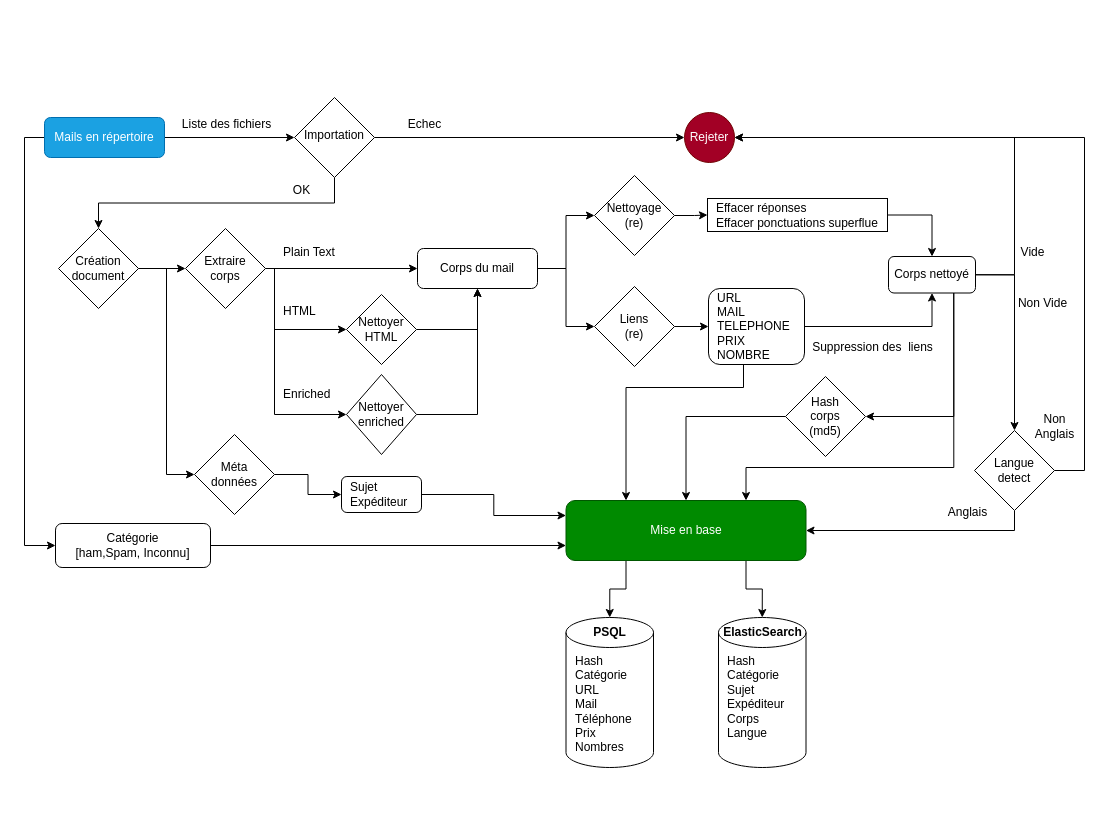
This is 03_Rapport/Schéma/Phase_1.drawio from peredur0/mercury, a draw.io file, before an edit. Source tidied: cells renumbered, new cells numbered last; positions are measured from the earlier drawing's top-left corner, leaving out a move shared by most shapes. Both pictures are drawn from the tidied source at 100%, with x=0, y=0 at pixel (44, 97).
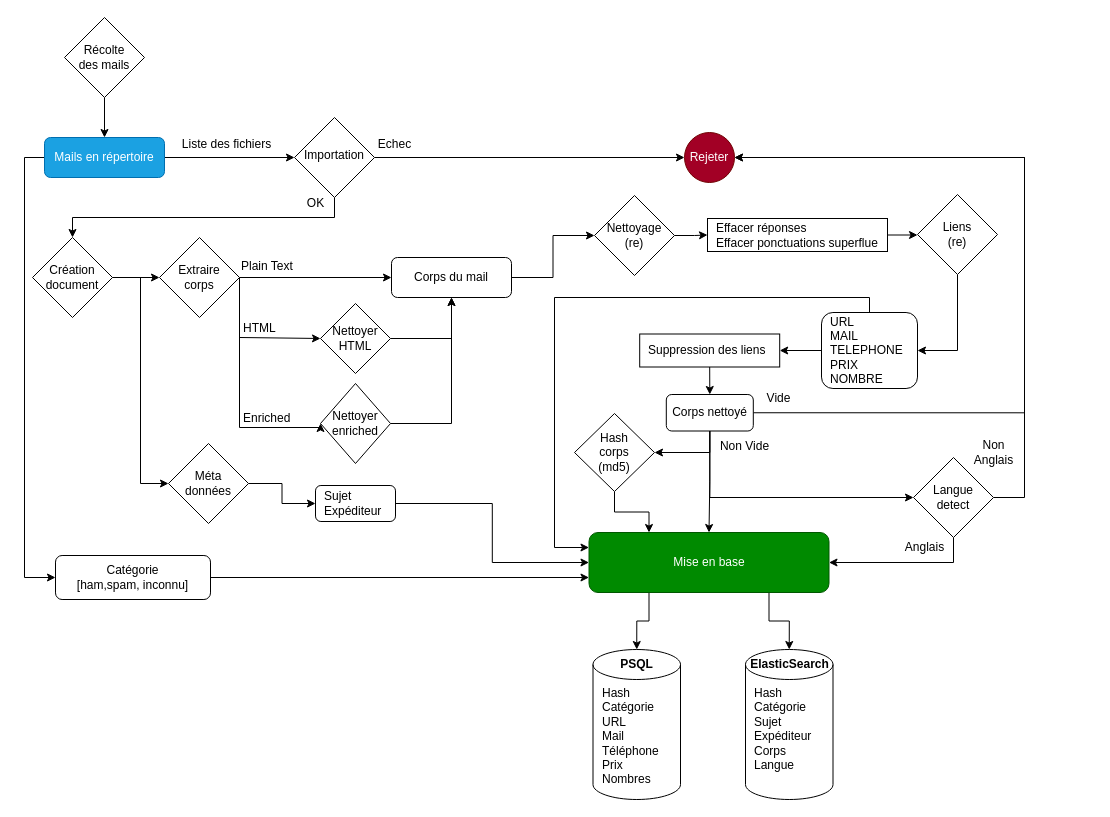
Above is the later version.

Commit message (it also covers changes not shown here):
travaille rapport phase 1

Change to the diagram source:
```diff
@@
     <mxCell id="2" value="Hash&lt;br&gt;Catégorie&lt;br&gt;Sujet&lt;br&gt;Expéditeur&lt;br&gt;Corps&lt;br&gt;Langue" style="shape=cylinder3;whiteSpace=wrap;html=1;boundedLbl=1;backgroundOutline=1;size=15;rounded=1;align=left;spacingLeft=7;verticalAlign=top;" parent="1" vertex="1">
-      <mxGeometry x="674" y="520" width="87.5" height="150" as="geometry" />
+      <mxGeometry x="701" y="552" width="87.5" height="150" as="geometry" />
     </mxCell>
@@
     <mxCell id="5" value="&lt;span style=&quot;font-weight: normal;&quot;&gt;Mails en répertoire&lt;/span&gt;" style="rounded=1;whiteSpace=wrap;html=1;fontSize=12;glass=0;strokeWidth=1;shadow=0;fontStyle=1;fillColor=#1ba1e2;fontColor=#ffffff;strokeColor=#006EAF;" parent="1" vertex="1">
-      <mxGeometry y="20" width="120" height="40" as="geometry" />
+      <mxGeometry y="40" width="120" height="40" as="geometry" />
     </mxCell>
     <mxCell id="6" value="Liste des fichiers" style="text;html=1;align=center;verticalAlign=middle;strokeColor=none;fillColor=none;" parent="1" vertex="1">
-      <mxGeometry x="127" y="12" width="110" height="30" as="geometry" />
+      <mxGeometry x="127" y="32" width="110" height="30" as="geometry" />
     </mxCell>
@@
     <mxCell id="9" value="Importation&lt;br&gt;" style="rhombus;whiteSpace=wrap;html=1;shadow=0;fontFamily=Helvetica;fontSize=12;align=center;strokeWidth=1;spacing=6;spacingTop=-4;" parent="1" vertex="1">
-      <mxGeometry x="250" width="80" height="80" as="geometry" />
+      <mxGeometry x="250" y="20" width="80" height="80" as="geometry" />
     </mxCell>
     <mxCell id="10" value="Echec" style="text;html=1;align=center;verticalAlign=middle;strokeColor=none;fillColor=none;" parent="1" vertex="1">
-      <mxGeometry x="350" y="12" width="60" height="30" as="geometry" />
+      <mxGeometry x="320" y="32" width="60" height="30" as="geometry" />
     </mxCell>
     <mxCell id="11" value="Rejeter" style="ellipse;whiteSpace=wrap;html=1;fillColor=#a20025;fontColor=#ffffff;strokeColor=#6F0000;" parent="1" vertex="1">
-      <mxGeometry x="640" y="15" width="50" height="50" as="geometry" />
+      <mxGeometry x="640" y="35" width="50" height="50" as="geometry" />
     </mxCell>
     <mxCell id="12" value="OK" style="text;html=1;align=center;verticalAlign=middle;strokeColor=none;fillColor=none;" parent="1" vertex="1">
-      <mxGeometry x="237" y="78" width="40" height="30" as="geometry" />
+      <mxGeometry x="251" y="91" width="40" height="30" as="geometry" />
     </mxCell>
@@
     <mxCell id="15" value="Création&lt;br&gt;document" style="rhombus;whiteSpace=wrap;html=1;" parent="1" vertex="1">
-      <mxGeometry x="14" y="131" width="80" height="80" as="geometry" />
+      <mxGeometry x="-12" y="140" width="80" height="80" as="geometry" />
     </mxCell>
@@
     <mxCell id="17" style="edgeStyle=orthogonalEdgeStyle;rounded=0;jettySize=auto;html=1;exitX=1;exitY=0.5;exitDx=0;exitDy=0;entryX=0;entryY=0.5;entryDx=0;entryDy=0;" parent="1" edge="1" source="19" target="25">
       <mxGeometry relative="1" as="geometry">
         <Array as="points">
-          <mxPoint x="230" y="171" />
-          <mxPoint x="230" y="232" />
+          <mxPoint x="195" y="240" />
         </Array>
       </mxGeometry>
     </mxCell>
     <mxCell id="18" style="edgeStyle=orthogonalEdgeStyle;rounded=0;jettySize=auto;html=1;exitX=1;exitY=0.5;exitDx=0;exitDy=0;entryX=0;entryY=0.5;entryDx=0;entryDy=0;" parent="1" edge="1" source="19" target="27">
       <mxGeometry relative="1" as="geometry">
         <Array as="points">
-          <mxPoint x="230" y="171" />
-          <mxPoint x="230" y="317" />
+          <mxPoint x="195" y="330" />
+          <mxPoint x="276" y="330" />
         </Array>
       </mxGeometry>
     </mxCell>
     <mxCell id="19" value="Extraire&lt;br&gt;corps" style="rhombus;whiteSpace=wrap;html=1;" parent="1" vertex="1">
-      <mxGeometry x="141" y="131" width="80" height="80" as="geometry" />
+      <mxGeometry x="115" y="140" width="80" height="80" as="geometry" />
     </mxCell>
@@
-    <mxCell id="21" style="edgeStyle=orthogonalEdgeStyle;rounded=0;jettySize=auto;html=1;exitX=1;exitY=0.5;exitDx=0;exitDy=0;entryX=0;entryY=0.5;entryDx=0;entryDy=0;" parent="1" edge="1" source="22" target="33">
-      <mxGeometry relative="1" as="geometry" />
-    </mxCell>
     <mxCell id="22" value="&lt;span style=&quot;font-weight: normal;&quot;&gt;Corps du mail&lt;/span&gt;" style="rounded=1;whiteSpace=wrap;html=1;fontSize=12;glass=0;strokeWidth=1;shadow=0;fontStyle=1;" parent="1" vertex="1">
-      <mxGeometry x="373" y="151" width="120" height="40" as="geometry" />
+      <mxGeometry x="347" y="160" width="120" height="40" as="geometry" />
     </mxCell>
     <mxCell id="23" value="Plain Text" style="text;html=1;align=left;verticalAlign=middle;strokeColor=none;fillColor=none;" parent="1" vertex="1">
-      <mxGeometry x="237" y="140" width="80" height="30" as="geometry" />
+      <mxGeometry x="195" y="154" width="80" height="30" as="geometry" />
     </mxCell>
@@
     <mxCell id="25" value="Nettoyer&lt;br&gt;HTML" style="rhombus;whiteSpace=wrap;html=1;" parent="1" vertex="1">
-      <mxGeometry x="302" y="197" width="70" height="70" as="geometry" />
+      <mxGeometry x="276" y="206" width="70" height="70" as="geometry" />
     </mxCell>
@@
     <mxCell id="27" value="Nettoyer&lt;br&gt;enriched" style="rhombus;whiteSpace=wrap;html=1;" parent="1" vertex="1">
-      <mxGeometry x="302" y="277" width="70" height="80" as="geometry" />
+      <mxGeometry x="276" y="286" width="70" height="80" as="geometry" />
     </mxCell>
     <mxCell id="28" value="HTML" style="text;html=1;align=left;verticalAlign=middle;strokeColor=none;fillColor=none;" parent="1" vertex="1">
-      <mxGeometry x="237" y="199" width="60" height="30" as="geometry" />
+      <mxGeometry x="197" y="216" width="60" height="30" as="geometry" />
     </mxCell>
     <mxCell id="29" value="Enriched" style="text;html=1;align=left;verticalAlign=middle;strokeColor=none;fillColor=none;" parent="1" vertex="1">
-      <mxGeometry x="237" y="282" width="70" height="30" as="geometry" />
+      <mxGeometry x="197" y="306" width="70" height="30" as="geometry" />
     </mxCell>
@@
     <mxCell id="31" value="Nettoyage&lt;br&gt;(re)" style="rhombus;whiteSpace=wrap;html=1;" parent="1" vertex="1">
-      <mxGeometry x="550" y="78" width="80" height="80" as="geometry" />
+      <mxGeometry x="550" y="98" width="80" height="80" as="geometry" />
     </mxCell>
-    <mxCell id="32" style="edgeStyle=orthogonalEdgeStyle;rounded=0;jettySize=auto;html=1;" parent="1" edge="1" source="33" target="38">
+    <mxCell id="32" style="edgeStyle=orthogonalEdgeStyle;rounded=0;jettySize=auto;html=1;exitX=0.5;exitY=1;exitDx=0;exitDy=0;entryX=1;entryY=0.5;entryDx=0;entryDy=0;" parent="1" edge="1" source="33" target="38">
       <mxGeometry relative="1" as="geometry" />
     </mxCell>
     <mxCell id="33" value="Liens&lt;br&gt;(re)" style="rhombus;whiteSpace=wrap;html=1;" parent="1" vertex="1">
-      <mxGeometry x="550" y="189" width="80" height="80" as="geometry" />
+      <mxGeometry x="873" y="97" width="80" height="80" as="geometry" />
     </mxCell>
-    <mxCell id="34" style="edgeStyle=orthogonalEdgeStyle;rounded=0;jettySize=auto;html=1;" parent="1" edge="1" source="35" target="47">
-      <mxGeometry relative="1" as="geometry" />
-    </mxCell>
+    <mxCell id="66" style="edgeStyle=orthogonalEdgeStyle;rounded=0;jettySize=auto;html=1;exitX=1;exitY=0.5;exitDx=0;exitDy=0;entryX=0;entryY=0.5;entryDx=0;entryDy=0;" parent="1" edge="1" source="35" target="33">
+      <mxGeometry relative="1" as="geometry" />
+    </mxCell>
     <mxCell id="35" value="&lt;span style=&quot;background-color: initial;&quot;&gt;Effacer réponses&lt;/span&gt;&lt;br&gt;&lt;span style=&quot;background-color: initial;&quot;&gt;Effacer ponctuations superflue&lt;/span&gt;" style="rounded=0;whiteSpace=wrap;html=1;align=left;spacingLeft=7;" parent="1" vertex="1">
-      <mxGeometry x="663" y="101" width="180" height="33" as="geometry" />
+      <mxGeometry x="663" y="121" width="180" height="33" as="geometry" />
     </mxCell>
-    <mxCell id="36" style="edgeStyle=orthogonalEdgeStyle;rounded=0;jettySize=auto;html=1;exitX=1;exitY=0.5;exitDx=0;exitDy=0;entryX=0.5;entryY=1;entryDx=0;entryDy=0;" parent="1" edge="1" source="38" target="47">
-      <mxGeometry relative="1" as="geometry" />
-    </mxCell>
+    <mxCell id="67" style="edgeStyle=orthogonalEdgeStyle;rounded=0;jettySize=auto;html=1;exitX=0;exitY=0.5;exitDx=0;exitDy=0;entryX=1;entryY=0.5;entryDx=0;entryDy=0;" parent="1" edge="1" source="38" target="48">
+      <mxGeometry relative="1" as="geometry" />
+    </mxCell>
-    <mxCell id="37" style="edgeStyle=orthogonalEdgeStyle;rounded=0;jettySize=auto;html=1;exitX=0.5;exitY=1;exitDx=0;exitDy=0;entryX=0.25;entryY=0;entryDx=0;entryDy=0;" parent="1" edge="1" source="38" target="61">
+    <mxCell id="37" style="edgeStyle=orthogonalEdgeStyle;rounded=0;jettySize=auto;html=1;entryX=0;entryY=0.25;entryDx=0;entryDy=0;" parent="1" edge="1" source="38" target="61">
       <mxGeometry relative="1" as="geometry">
         <Array as="points">
-          <mxPoint x="699" y="290" />
-          <mxPoint x="582" y="290" />
+          <mxPoint x="825" y="200" />
+          <mxPoint x="510" y="200" />
+          <mxPoint x="510" y="450" />
         </Array>
       </mxGeometry>
     </mxCell>
     <mxCell id="38" value="URL&lt;br&gt;MAIL&lt;br&gt;TELEPHONE&lt;br&gt;PRIX&lt;br&gt;NOMBRE" style="whiteSpace=wrap;html=1;spacingLeft=7;align=left;rounded=1;" parent="1" vertex="1">
-      <mxGeometry x="664" y="191" width="96" height="76" as="geometry" />
+      <mxGeometry x="777" y="215" width="96" height="76" as="geometry" />
     </mxCell>
@@
     <mxCell id="40" value="Méta&lt;br&gt;données" style="rhombus;whiteSpace=wrap;html=1;" parent="1" vertex="1">
-      <mxGeometry x="150" y="337" width="80" height="80" as="geometry" />
+      <mxGeometry x="124" y="346" width="80" height="80" as="geometry" />
     </mxCell>
-    <mxCell id="41" style="edgeStyle=orthogonalEdgeStyle;rounded=0;jettySize=auto;html=1;entryX=0;entryY=0.25;entryDx=0;entryDy=0;" parent="1" edge="1" source="42" target="61">
+    <mxCell id="41" style="edgeStyle=orthogonalEdgeStyle;rounded=0;jettySize=auto;html=1;entryX=0;entryY=0.5;entryDx=0;entryDy=0;" parent="1" edge="1" source="42" target="61">
       <mxGeometry relative="1" as="geometry" />
     </mxCell>
     <mxCell id="42" value="Sujet&lt;br&gt;Expéditeur" style="whiteSpace=wrap;html=1;spacingLeft=7;align=left;rounded=1;" parent="1" vertex="1">
-      <mxGeometry x="297" y="379" width="80" height="36" as="geometry" />
+      <mxGeometry x="271" y="388" width="80" height="36" as="geometry" />
     </mxCell>
+    <mxCell id="44" style="edgeStyle=orthogonalEdgeStyle;rounded=0;jettySize=auto;html=1;exitX=1;exitY=0.5;exitDx=0;exitDy=0;entryX=1;entryY=0.5;entryDx=0;entryDy=0;" parent="1" edge="1" source="47" target="11">
+      <mxGeometry relative="1" as="geometry">
+        <Array as="points">
+          <mxPoint x="980" y="315" />
+          <mxPoint x="980" y="60" />
+        </Array>
+      </mxGeometry>
+    </mxCell>
-    <mxCell id="43" style="edgeStyle=orthogonalEdgeStyle;rounded=0;jettySize=auto;html=1;exitX=1;exitY=0.5;exitDx=0;exitDy=0;entryX=0.5;entryY=0;entryDx=0;entryDy=0;" parent="1" edge="1" source="47" target="52">
+    <mxCell id="43" style="edgeStyle=orthogonalEdgeStyle;rounded=0;jettySize=auto;html=1;exitX=0.5;exitY=1;exitDx=0;exitDy=0;entryX=0;entryY=0.5;entryDx=0;entryDy=0;" parent="1" edge="1" source="47" target="52">
       <mxGeometry relative="1" as="geometry" />
     </mxCell>
-    <mxCell id="44" style="edgeStyle=orthogonalEdgeStyle;rounded=0;jettySize=auto;html=1;exitX=1;exitY=0.5;exitDx=0;exitDy=0;entryX=1;entryY=0.5;entryDx=0;entryDy=0;" parent="1" edge="1" source="47" target="11">
-      <mxGeometry relative="1" as="geometry">
-        <Array as="points">
-          <mxPoint x="970" y="177" />
-          <mxPoint x="970" y="40" />
-        </Array>
-      </mxGeometry>
-    </mxCell>
-    <mxCell id="45" style="edgeStyle=orthogonalEdgeStyle;rounded=0;jettySize=auto;html=1;exitX=0.75;exitY=1;exitDx=0;exitDy=0;entryX=1;entryY=0.5;entryDx=0;entryDy=0;" parent="1" edge="1" source="47" target="56">
+    <mxCell id="45" style="edgeStyle=orthogonalEdgeStyle;rounded=0;jettySize=auto;html=1;exitX=0.5;exitY=1;exitDx=0;exitDy=0;entryX=1;entryY=0.5;entryDx=0;entryDy=0;" parent="1" edge="1" source="47" target="56">
       <mxGeometry relative="1" as="geometry" />
     </mxCell>
-    <mxCell id="46" style="edgeStyle=orthogonalEdgeStyle;rounded=0;jettySize=auto;html=1;exitX=0.75;exitY=1;exitDx=0;exitDy=0;entryX=0.75;entryY=0;entryDx=0;entryDy=0;" parent="1" edge="1" source="47" target="61">
-      <mxGeometry relative="1" as="geometry">
-        <Array as="points">
-          <mxPoint x="909" y="370" />
-          <mxPoint x="702" y="370" />
-        </Array>
-      </mxGeometry>
+    <mxCell id="46" style="edgeStyle=orthogonalEdgeStyle;rounded=0;jettySize=auto;html=1;exitX=0.5;exitY=1;exitDx=0;exitDy=0;" parent="1" edge="1" source="47" target="61">
+      <mxGeometry relative="1" as="geometry" />
     </mxCell>
     <mxCell id="47" value="Corps nettoyé" style="whiteSpace=wrap;html=1;align=center;rounded=1;spacingLeft=0;" parent="1" vertex="1">
-      <mxGeometry x="844" y="159" width="87" height="36.5" as="geometry" />
+      <mxGeometry x="621.8" y="297" width="87" height="36.5" as="geometry" />
     </mxCell>
-    <mxCell id="48" value="Suppression des&amp;nbsp; liens" style="text;html=1;align=center;verticalAlign=middle;points=[];strokeColor=none;fillColor=none;" parent="1" vertex="1">
-      <mxGeometry x="758" y="235" width="140" height="30" as="geometry" />
-    </mxCell>
     <mxCell id="49" value="Vide" style="text;html=1;align=center;verticalAlign=middle;strokeColor=none;fillColor=none;" parent="1" vertex="1">
-      <mxGeometry x="963" y="140" width="50" height="30" as="geometry" />
+      <mxGeometry x="708.8" y="286" width="50" height="30" as="geometry" />
     </mxCell>
     <mxCell id="50" style="edgeStyle=orthogonalEdgeStyle;rounded=0;jettySize=auto;html=1;exitX=1;exitY=0.5;exitDx=0;exitDy=0;entryX=1;entryY=0.5;entryDx=0;entryDy=0;" parent="1" edge="1" source="52" target="11">
       <mxGeometry relative="1" as="geometry">
         <Array as="points">
-          <mxPoint x="1040" y="373" />
-          <mxPoint x="1040" y="40" />
+          <mxPoint x="980" y="400" />
+          <mxPoint x="980" y="60" />
         </Array>
       </mxGeometry>
     </mxCell>
@@
     <mxCell id="52" value="Langue&lt;br&gt;detect" style="rhombus;whiteSpace=wrap;html=1;" parent="1" vertex="1">
-      <mxGeometry x="930" y="333" width="80" height="80" as="geometry" />
+      <mxGeometry x="869" y="360" width="80" height="80" as="geometry" />
     </mxCell>
     <mxCell id="53" value="Non Vide" style="text;html=1;align=center;verticalAlign=middle;strokeColor=none;fillColor=none;" parent="1" vertex="1">
-      <mxGeometry x="963" y="191" width="70" height="30" as="geometry" />
+      <mxGeometry x="665.2" y="334" width="70" height="30" as="geometry" />
     </mxCell>
     <mxCell id="54" value="Non&lt;br&gt;Anglais" style="text;html=1;align=center;verticalAlign=middle;strokeColor=none;fillColor=none;" parent="1" vertex="1">
-      <mxGeometry x="980" y="309" width="60" height="40" as="geometry" />
+      <mxGeometry x="919" y="335" width="60" height="40" as="geometry" />
     </mxCell>
-    <mxCell id="55" style="edgeStyle=orthogonalEdgeStyle;rounded=0;jettySize=auto;html=1;exitX=0;exitY=0.5;exitDx=0;exitDy=0;" parent="1" edge="1" source="56" target="61">
+    <mxCell id="55" style="edgeStyle=orthogonalEdgeStyle;rounded=0;jettySize=auto;html=1;entryX=0.25;entryY=0;entryDx=0;entryDy=0;" parent="1" edge="1" source="56" target="61">
       <mxGeometry relative="1" as="geometry" />
     </mxCell>
     <mxCell id="56" value="Hash &lt;br&gt;corps&lt;br&gt;(md5)" style="rhombus;whiteSpace=wrap;html=1;" parent="1" vertex="1">
-      <mxGeometry x="741" y="279" width="80" height="80" as="geometry" />
+      <mxGeometry x="530" y="316" width="80" height="78" as="geometry" />
     </mxCell>
     <mxCell id="57" value="Anglais" style="text;html=1;align=center;verticalAlign=middle;strokeColor=none;fillColor=none;" parent="1" vertex="1">
-      <mxGeometry x="893" y="400" width="60" height="30" as="geometry" />
+      <mxGeometry x="850" y="435" width="60" height="30" as="geometry" />
     </mxCell>
     <mxCell id="58" value="Hash&lt;br&gt;Catégorie&lt;br&gt;URL&lt;br&gt;Mail&lt;br&gt;Téléphone&lt;br&gt;Prix&lt;br&gt;Nombres" style="shape=cylinder3;whiteSpace=wrap;html=1;boundedLbl=1;backgroundOutline=1;size=15;rounded=1;align=left;spacingLeft=7;verticalAlign=top;" parent="1" vertex="1">
-      <mxGeometry x="521.5" y="520" width="87.5" height="150" as="geometry" />
+      <mxGeometry x="548.5" y="552" width="87.5" height="150" as="geometry" />
     </mxCell>
@@
     <mxCell id="61" value="Mise en base" style="whiteSpace=wrap;html=1;rounded=1;fillColor=#008a00;fontColor=#ffffff;strokeColor=#005700;" parent="1" vertex="1">
-      <mxGeometry x="521.5" y="403" width="240" height="60" as="geometry" />
+      <mxGeometry x="544.5" y="435" width="240" height="60" as="geometry" />
     </mxCell>
     <mxCell id="62" value="ElasticSearch" style="text;html=1;align=center;verticalAlign=middle;strokeColor=none;fillColor=none;fontStyle=1;" parent="1" vertex="1">
-      <mxGeometry x="667.8" y="520" width="100" height="30" as="geometry" />
+      <mxGeometry x="694.8" y="552" width="100" height="30" as="geometry" />
     </mxCell>
     <mxCell id="63" value="PSQL" style="text;html=1;align=center;verticalAlign=middle;strokeColor=none;fillColor=none;fontStyle=1;" parent="1" vertex="1">
-      <mxGeometry x="535.2" y="520" width="60" height="30" as="geometry" />
+      <mxGeometry x="562.2" y="552" width="60" height="30" as="geometry" />
     </mxCell>
@@
-    <mxCell id="65" value="Catégorie&lt;br&gt;[ham,Spam, Inconnu]" style="whiteSpace=wrap;html=1;rounded=1;" parent="1" vertex="1">
-      <mxGeometry x="11" y="426" width="155" height="44" as="geometry" />
+    <mxCell id="65" value="Catégorie&lt;br&gt;[ham,spam, inconnu]" style="whiteSpace=wrap;html=1;rounded=1;" parent="1" vertex="1">
+      <mxGeometry x="11" y="458" width="155" height="44" as="geometry" />
     </mxCell>
+    <mxCell id="68" style="edgeStyle=orthogonalEdgeStyle;rounded=0;jettySize=auto;html=1;exitX=0.5;exitY=1;exitDx=0;exitDy=0;entryX=0.5;entryY=0;entryDx=0;entryDy=0;" parent="1" edge="1" source="48" target="47">
+      <mxGeometry relative="1" as="geometry" />
+    </mxCell>
+    <mxCell id="48" value="&lt;span style=&quot;background-color: initial;&quot;&gt;Suppression des liens&lt;/span&gt;" style="rounded=0;whiteSpace=wrap;html=1;align=left;spacingLeft=7;" parent="1" vertex="1">
+      <mxGeometry x="595.2" y="236.5" width="140" height="33" as="geometry" />
+    </mxCell>
+    <mxCell id="69" style="edgeStyle=orthogonalEdgeStyle;rounded=0;jettySize=auto;html=1;exitX=0.5;exitY=1;exitDx=0;exitDy=0;entryX=0.5;entryY=0;entryDx=0;entryDy=0;" parent="1" edge="1" source="70" target="5">
+      <mxGeometry relative="1" as="geometry" />
+    </mxCell>
+    <mxCell id="70" value="Récolte&lt;br&gt;des mails" style="rhombus;whiteSpace=wrap;html=1;" parent="1" vertex="1">
+      <mxGeometry x="20" y="-80" width="80" height="80" as="geometry" />
+    </mxCell>
```
